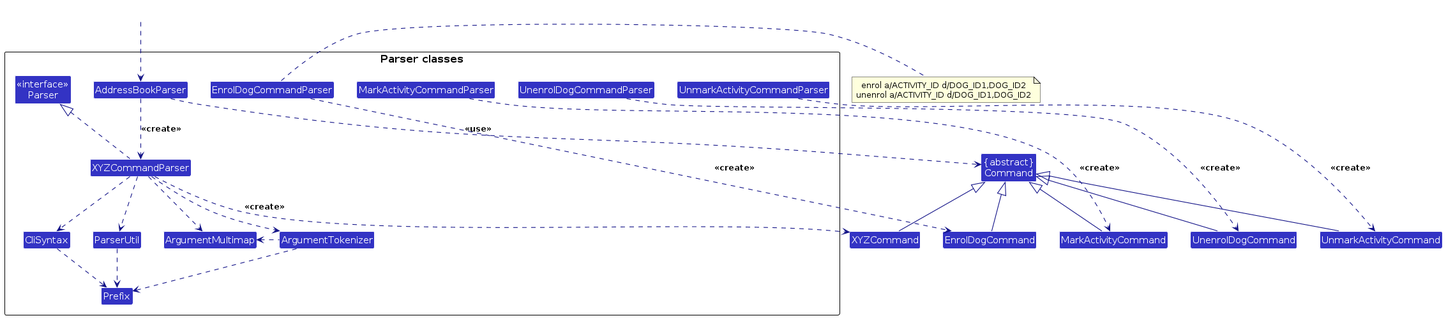
Before: diagrams/ParserClasses.png, a diagram exported from PlantUML (AY2627S1-CS2103T-T15-4/tp). Its source is kept beside it as diagrams/ParserClasses.puml.
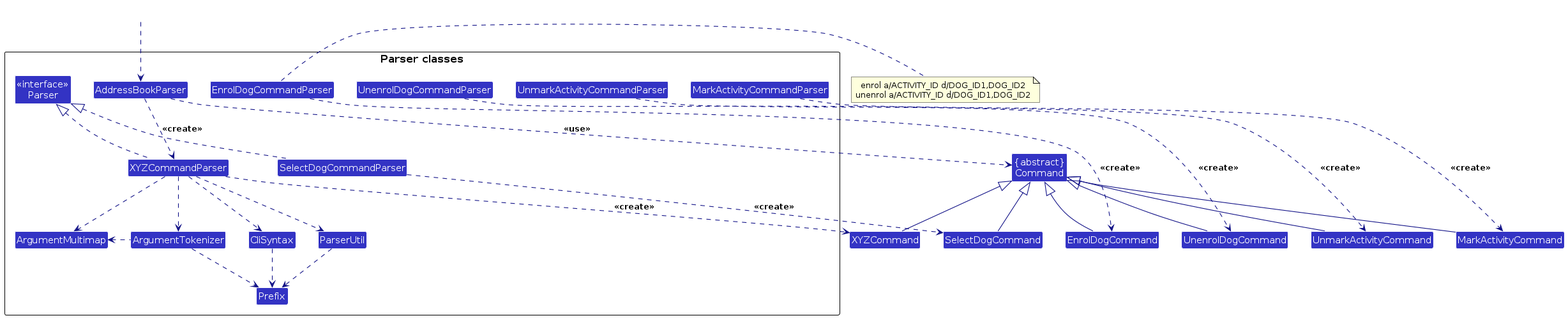
The same file after the commit.

Diff of the diagram source:
```diff
@@ -15,6 +15,7 @@
 Class UnenrolDogCommandParser
 Class MarkActivityCommandParser
 Class UnmarkActivityCommandParser
+Class SelectDogCommandParser
 Class CliSyntax
 Class ParserUtil
 Class ArgumentMultimap
@@ -32,6 +33,7 @@
 UnenrolDogCommandParser ..> UnenrolDogCommand : <<create>>
 MarkActivityCommandParser ..> MarkActivityCommand : <<create>>
 UnmarkActivityCommandParser ..> UnmarkActivityCommand : <<create>>
+SelectDogCommandParser ..> SelectDogCommand : <<create>>
 AddressBookParser ..> Command : <<use>>
 XYZCommandParser .up.|> Parser
 XYZCommandParser ..> ArgumentMultimap
@@ -47,6 +49,8 @@
 UnenrolDogCommand -up-|> Command
 MarkActivityCommand -up-|> Command
 UnmarkActivityCommand -up-|> Command
+SelectDogCommand -up-|> Command
+SelectDogCommandParser .up.|> Parser
 note right of EnrolDogCommandParser
   enrol a/ACTIVITY_ID d/DOG_ID1,DOG_ID2
   unenrol a/ACTIVITY_ID d/DOG_ID1,DOG_ID2
```
